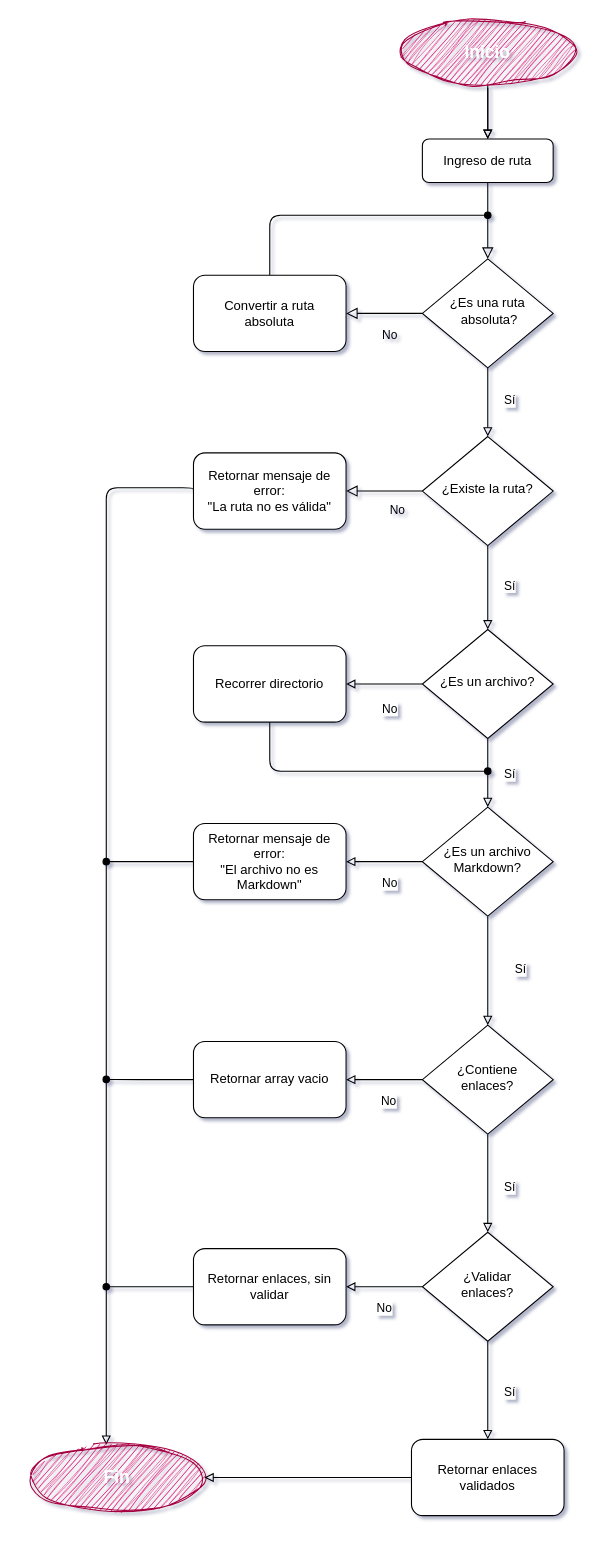
Earlier version of the draw.io diagram diagrama.drawio (LizettePerez/DEV006-md-links). Source tidied: cells renumbered, new cells numbered last; positions are measured from the earlier drawing's top-left corner, leaving out a move shared by most shapes. Both pictures are drawn from the tidied source at 109%, with x=0, y=0 at pixel (29, 19).
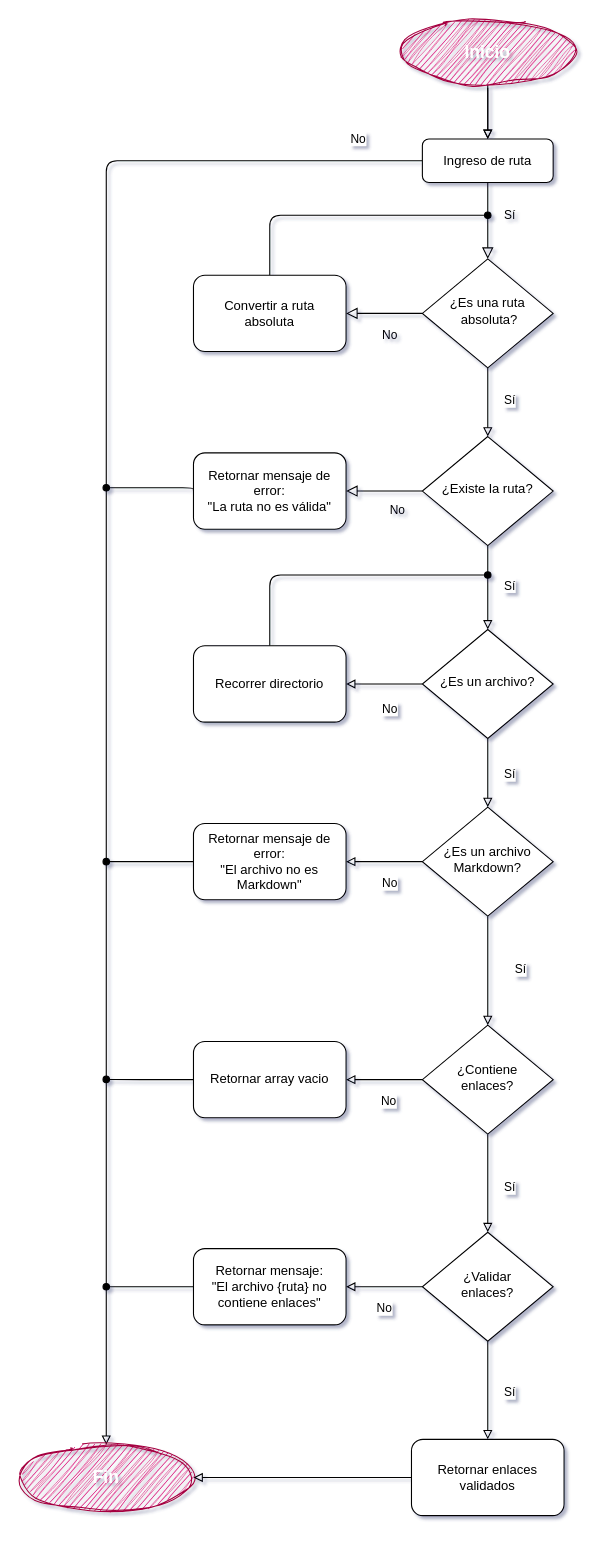
Above is the later version.

Unchanged cells that the change refers to:
```xml
<mxCell id="3" value="Ingreso de ruta" style="rounded=1;whiteSpace=wrap;html=1;fontSize=12;glass=0;strokeWidth=1;shadow=0;" parent="1" vertex="1">
  <mxGeometry x="360" y="110" width="120" height="40" as="geometry" />
</mxCell>
<mxCell id="8" value="Retornar mensaje de error:&lt;br&gt;&quot;La ruta no es válida&quot;" style="rounded=1;whiteSpace=wrap;html=1;fontSize=12;glass=0;strokeWidth=1;shadow=0;" parent="1" vertex="1">
  <mxGeometry x="150" y="398" width="140" height="70" as="geometry" />
</mxCell>
<mxCell id="11" value="¿Es una ruta&lt;br&gt;&amp;nbsp;absoluta?" style="rhombus;whiteSpace=wrap;html=1;shadow=0;fontFamily=Helvetica;fontSize=12;align=center;strokeWidth=1;spacing=6;spacingTop=-4;" parent="1" vertex="1">
  <mxGeometry x="360" y="220" width="120" height="100" as="geometry" />
</mxCell>
<mxCell id="22" value="Recorrer directorio" style="rounded=1;whiteSpace=wrap;html=1;fontSize=12;glass=0;strokeWidth=1;shadow=0;" parent="1" vertex="1">
  <mxGeometry x="150" y="575" width="140" height="70" as="geometry" />
</mxCell>
```

Diff of the diagram source:
```diff
@@
-    <mxCell id="2" style="rounded=0;html=1;jettySize=auto;fontSize=11;endArrow=block;endFill=0;endSize=8;strokeWidth=1;shadow=0;labelBackgroundColor=none;edgeStyle=orthogonalEdgeStyle;entryX=0.5;entryY=0;entryDx=0;entryDy=0;" parent="1" edge="1" source="3" target="11">
-      <mxGeometry relative="1" as="geometry" />
+    <mxCell id="2" value="Sí" style="rounded=0;html=1;jettySize=auto;fontSize=11;endArrow=block;endFill=0;endSize=8;strokeWidth=1;shadow=0;labelBackgroundColor=none;edgeStyle=orthogonalEdgeStyle;entryX=0.5;entryY=0;entryDx=0;entryDy=0;" parent="1" edge="1" source="3" target="11">
+      <mxGeometry x="-0.14" y="20" relative="1" as="geometry" />
     </mxCell>
+    <mxCell id="40" value="No" style="edgeStyle=none;html=1;endArrow=block;endFill=0;entryX=0.5;entryY=0;entryDx=0;entryDy=0;entryPerimeter=0;" parent="1" edge="1" source="3" target="17">
+      <mxGeometry x="-0.92" y="-20" relative="1" as="geometry">
+        <Array as="points">
+          <mxPoint x="70" y="130" />
+        </Array>
+      </mxGeometry>
+    </mxCell>
@@
-    <mxCell id="7" style="edgeStyle=orthogonalEdgeStyle;html=1;endArrow=block;endFill=0;exitX=0;exitY=0.5;exitDx=0;exitDy=0;" parent="1" edge="1" source="8" target="17">
+    <mxCell id="7" style="edgeStyle=orthogonalEdgeStyle;html=1;endArrow=oval;endFill=1;exitX=0;exitY=0.5;exitDx=0;exitDy=0;" parent="1" edge="1" source="8">
       <mxGeometry relative="1" as="geometry">
+        <mxPoint x="70" y="430" as="targetPoint" />
         <Array as="points">
           <mxPoint x="150" y="430" />
           <mxPoint x="70" y="430" />
         </Array>
       </mxGeometry>
     </mxCell>
@@
     <mxCell id="17" value="&lt;b&gt;&lt;font style=&quot;font-size: 16px;&quot;&gt;Fin&lt;/font&gt;&lt;/b&gt;" style="strokeWidth=1;html=1;shape=mxgraph.flowchart.start_1;whiteSpace=wrap;fillColor=#d80073;fontColor=#ffffff;strokeColor=#A50040;sketch=1;curveFitting=1;jiggle=2;" parent="1" vertex="1">
-      <mxGeometry y="1308" width="160" height="60" as="geometry" />
+      <mxGeometry x="-10" y="1308" width="160" height="60" as="geometry" />
     </mxCell>
@@
-    <mxCell id="21" style="edgeStyle=orthogonalEdgeStyle;html=1;fontSize=11;endArrow=oval;endFill=1;exitX=0.5;exitY=1;exitDx=0;exitDy=0;" parent="1" edge="1" source="22">
+    <mxCell id="21" style="edgeStyle=orthogonalEdgeStyle;html=1;fontSize=11;endArrow=oval;endFill=1;exitX=0.5;exitY=0;exitDx=0;exitDy=0;" parent="1" edge="1" source="22">
       <mxGeometry relative="1" as="geometry">
-        <mxPoint x="420" y="690" as="targetPoint" />
+        <mxPoint x="420" y="510" as="targetPoint" />
         <Array as="points">
-          <mxPoint x="220" y="690" />
-          <mxPoint x="420" y="690" />
+          <mxPoint x="220" y="510" />
+          <mxPoint x="420" y="510" />
         </Array>
       </mxGeometry>
     </mxCell>
@@
-    <mxCell id="37" value="Retornar enlaces, sin validar" style="rounded=1;whiteSpace=wrap;html=1;fontSize=12;glass=0;strokeWidth=1;shadow=0;" parent="1" vertex="1">
+    <mxCell id="37" value="Retornar mensaje: &lt;br&gt;&quot;El archivo {ruta} no contiene enlaces&quot;" style="rounded=1;whiteSpace=wrap;html=1;fontSize=12;glass=0;strokeWidth=1;shadow=0;" parent="1" vertex="1">
       <mxGeometry x="150" y="1128" width="140" height="70" as="geometry" />
     </mxCell>
```
